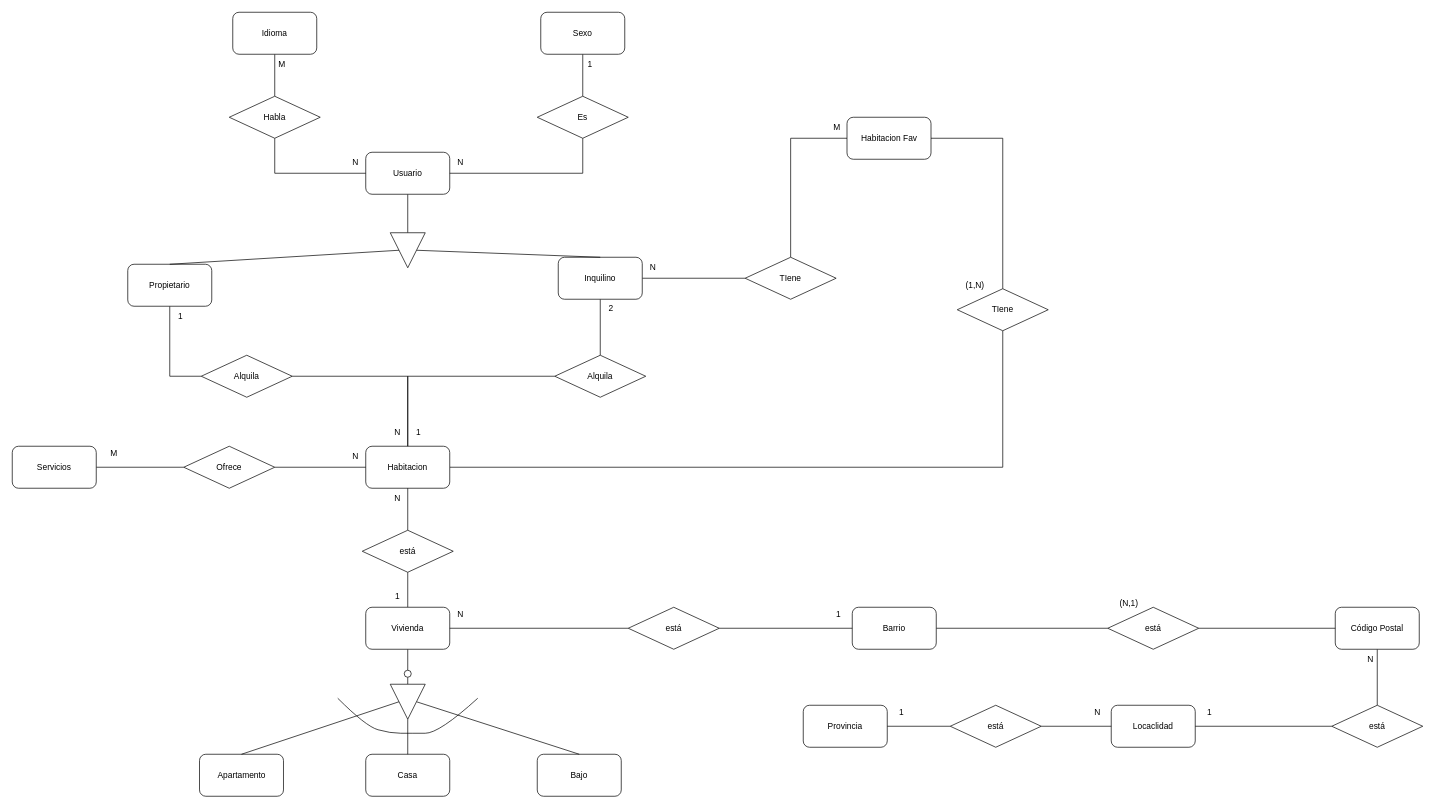
The draw.io diagram page "V1" (1 of 2) of Charts_Rooming.drawio in samuelcrb/Rooming, before the edit. Source tidied: cells renumbered, new cells numbered last; positions are measured from the earlier drawing's top-left corner, leaving out a move shared by most shapes. Both pictures are drawn from the tidied source at 70%, with x=0, y=0 at pixel (12, 12).
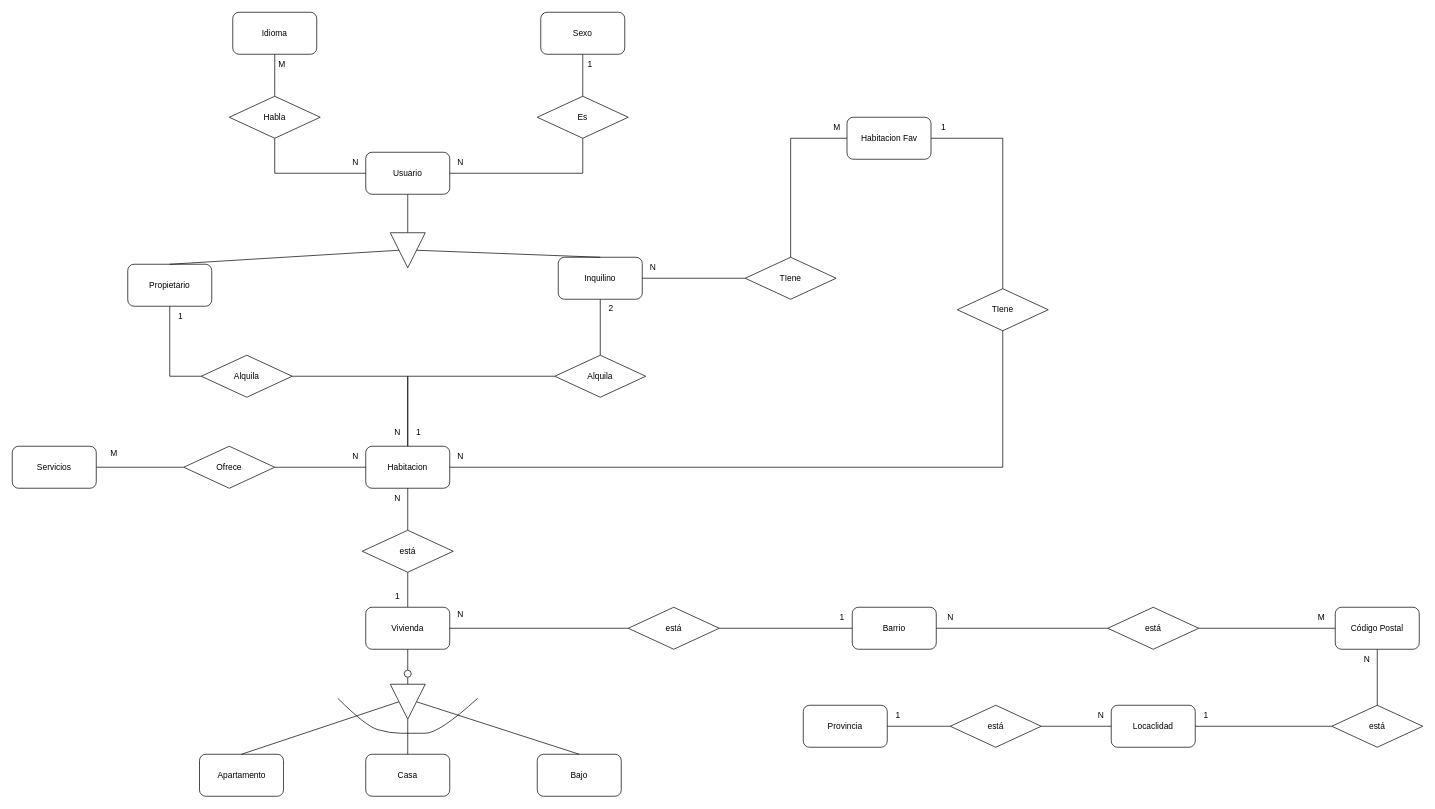
The same diagram, later.

Change to the diagram source:
```diff
@@
-    <mxCell id="58" value="(1,N)" style="text;html=1;align=center;verticalAlign=middle;strokeColor=none;fillColor=none;" parent="1" vertex="1">
-      <mxGeometry x="1350" y="375" width="50" height="30" as="geometry" />
+    <mxCell id="58" value="1" style="text;html=1;align=center;verticalAlign=middle;strokeColor=none;fillColor=none;" parent="1" vertex="1">
+      <mxGeometry x="1320" y="155" width="20" height="20" as="geometry" />
     </mxCell>
@@
-    <mxCell id="68" value="(N,1)" style="text;html=1;align=center;verticalAlign=middle;strokeColor=none;fillColor=none;" parent="1" vertex="1">
-      <mxGeometry x="1570" y="830" width="50" height="30" as="geometry" />
+    <mxCell id="68" value="N" style="text;html=1;align=center;verticalAlign=middle;strokeColor=none;fillColor=none;" parent="1" vertex="1">
+      <mxGeometry x="1330" y="855" width="20" height="20" as="geometry" />
     </mxCell>
@@
     <mxCell id="82" value="1" style="text;html=1;align=center;verticalAlign=middle;strokeColor=none;fillColor=none;" parent="1" vertex="1">
-      <mxGeometry x="1255" y="985" width="30" height="30" as="geometry" />
+      <mxGeometry x="1250" y="990" width="30" height="30" as="geometry" />
     </mxCell>
     <mxCell id="83" value="&lt;div&gt;N&lt;/div&gt;" style="text;html=1;align=center;verticalAlign=middle;strokeColor=none;fillColor=none;" parent="1" vertex="1">
-      <mxGeometry x="1535" y="985" width="30" height="30" as="geometry" />
+      <mxGeometry x="1540" y="990" width="30" height="30" as="geometry" />
     </mxCell>
     <mxCell id="84" value="1" style="text;html=1;align=center;verticalAlign=middle;strokeColor=none;fillColor=none;" parent="1" vertex="1">
-      <mxGeometry x="1695" y="985" width="30" height="30" as="geometry" />
+      <mxGeometry x="1690" y="990" width="30" height="30" as="geometry" />
     </mxCell>
     <mxCell id="85" value="N" style="text;html=1;align=center;verticalAlign=middle;strokeColor=none;fillColor=none;" parent="1" vertex="1">
-      <mxGeometry x="1925" y="910" width="30" height="30" as="geometry" />
+      <mxGeometry x="1920" y="910" width="30" height="30" as="geometry" />
     </mxCell>
     <mxCell id="86" value="1" style="text;html=1;align=center;verticalAlign=middle;strokeColor=none;fillColor=none;" parent="1" vertex="1">
-      <mxGeometry x="1165" y="845" width="30" height="30" as="geometry" />
+      <mxGeometry x="1170" y="850" width="30" height="30" as="geometry" />
     </mxCell>
@@
+    <mxCell id="88" value="M" style="text;html=1;align=center;verticalAlign=middle;strokeColor=none;fillColor=none;" parent="1" vertex="1">
+      <mxGeometry x="1855" y="855" width="30" height="20" as="geometry" />
+    </mxCell>
+    <mxCell id="89" value="N" style="text;html=1;align=center;verticalAlign=middle;strokeColor=none;fillColor=none;" parent="1" vertex="1">
+      <mxGeometry x="630" y="625" width="20" height="20" as="geometry" />
+    </mxCell>
```
